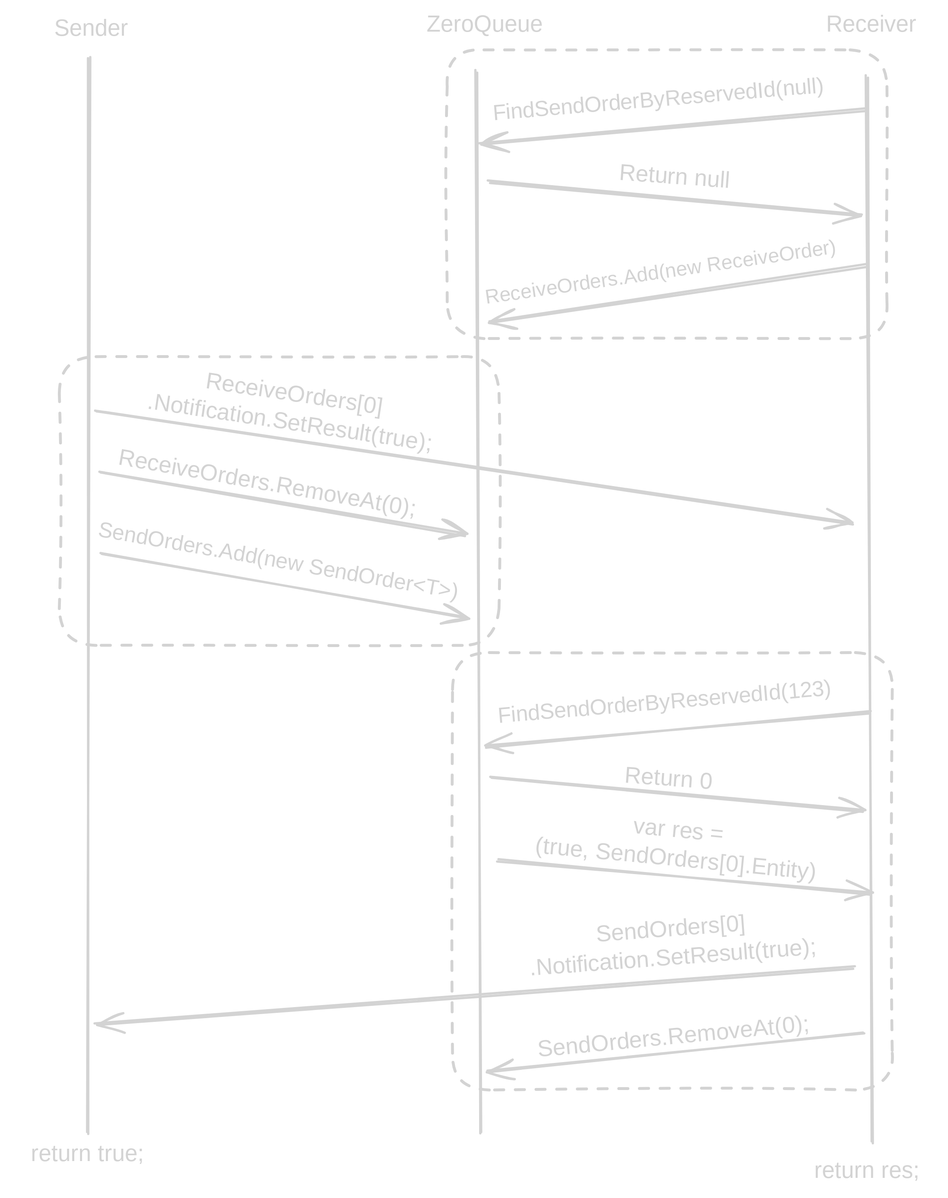
dfamonteiro/blog keeps this Excalidraw diagram as blog/static/images/perfect-handover/ReceiveSend.excalidraw.svg. Above is the earlier version. Source tidied: one line per element, renumbered; positions are measured from the earlier drawing's top-left corner, leaving out a move shared by most shapes. Its diagram source:
```json
{"id": 0, "type": "line", "strokeColor": "#1e1e1e", "strokeWidth": 2, "roughness": 1, "round": true, "x": 405, "y": 51, "width": 4, "height": 924, "points": [[0, 0], [4, 924]]}
{"id": 1, "type": "line", "strokeColor": "#1e1e1e", "strokeWidth": 2, "roughness": 1, "round": true, "x": 743, "y": 56, "width": 6, "height": 927, "points": [[0, 0], [6, 927]]}
{"id": 2, "type": "line", "strokeColor": "#1e1e1e", "strokeWidth": 2, "roughness": 1, "round": true, "x": 67, "y": 40, "width": 0, "height": 935, "points": [[0, 0], [0, 935]]}
{"id": 3, "type": "text", "text": "Receiver", "strokeColor": "#1e1e1e", "strokeWidth": 2, "roughness": 1, "fontSize": 20, "fontFamily": 8, "x": 708, "y": 0, "width": 88, "height": 25}
{"id": 4, "type": "text", "text": "Sender", "strokeColor": "#1e1e1e", "strokeWidth": 2, "roughness": 1, "fontSize": 20, "fontFamily": 8, "x": 37, "y": 4, "width": 66, "height": 25}
{"id": 5, "type": "text", "text": "ZeroQueue", "strokeColor": "#1e1e1e", "strokeWidth": 2, "roughness": 1, "fontSize": 20, "fontFamily": 8, "x": 361, "y": 0, "width": 99, "height": 25}
{"id": 6, "type": "rectangle", "strokeColor": "#1e1e1e", "strokeWidth": 2, "strokeStyle": "dashed", "roughness": 1, "round": true, "x": 379, "y": 33, "width": 383, "height": 251}
{"id": 7, "type": "text", "text": "FindSendOrderByReservedId(null)", "strokeColor": "#1e1e1e", "angle": 6.2, "strokeWidth": 2, "strokeStyle": "dashed", "roughness": 1, "fontSize": 19.03, "fontFamily": 8, "x": 418, "y": 64, "width": 338, "height": 24}
{"id": 8, "type": "arrow", "strokeColor": "#1e1e1e", "strokeWidth": 2, "roughness": 1, "endArrowhead": "arrow", "round": true, "from": 7, "x": 743, "y": 85, "width": 335, "height": 30, "points": [[0, 0], [-335, 30]]}
{"id": 9, "type": "arrow", "strokeColor": "#1e1e1e", "strokeWidth": 2, "roughness": 1, "endArrowhead": "arrow", "round": true, "x": 415, "y": 148, "width": 325, "height": 29, "points": [[0, 0], [325, 29]]}
{"id": 10, "type": "text", "text": "Return null", "strokeColor": "#1e1e1e", "angle": 0.07, "strokeWidth": 2, "strokeStyle": "dashed", "roughness": 1, "fontSize": 20, "fontFamily": 8, "x": 528, "y": 133, "width": 121, "height": 25}
{"id": 11, "type": "text", "text": "ReceiveOrders.Add(new ReceiveOrder)", "strokeColor": "#1e1e1e", "angle": 6.14, "strokeWidth": 2, "strokeStyle": "dashed", "roughness": 1, "fontSize": 17.39, "fontFamily": 8, "x": 410, "y": 215, "width": 335, "height": 22}
{"id": 12, "type": "arrow", "strokeColor": "#1e1e1e", "angle": 6.28, "strokeWidth": 2, "roughness": 1, "endArrowhead": "arrow", "round": true, "to": 11, "x": 744, "y": 221, "width": 329, "height": 48, "points": [[0, 0], [-329, 48]]}
{"id": 13, "type": "text", "text": "return true;", "strokeColor": "#1e1e1e", "strokeWidth": 2, "strokeStyle": "dashed", "roughness": 1, "fontSize": 20, "fontFamily": 8, "textAlign": "center", "x": 0, "y": 983, "width": 132, "height": 25}
{"id": 14, "type": "text", "text": "return res;", "strokeColor": "#1e1e1e", "strokeWidth": 2, "strokeStyle": "dashed", "roughness": 1, "fontSize": 20, "fontFamily": 8, "textAlign": "center", "x": 684, "y": 997, "width": 121, "height": 25}
{"id": 15, "type": "rectangle", "strokeColor": "#1e1e1e", "strokeWidth": 2, "strokeStyle": "dashed", "roughness": 1, "round": true, "x": 42, "y": 300, "width": 383, "height": 251}
{"id": 16, "type": "arrow", "strokeColor": "#1e1e1e", "angle": 6.28, "strokeWidth": 2, "roughness": 1, "endArrowhead": "arrow", "round": true, "x": 74, "y": 345, "width": 657, "height": 102, "points": [[0, 0], [657, 102]]}
{"id": 17, "type": "text", "text": "ReceiveOrders[0]\n.Notification.SetResult(true);", "strokeColor": "#1e1e1e", "angle": 0.15, "strokeWidth": 2, "strokeStyle": "dashed", "roughness": 1, "fontSize": 20, "fontFamily": 8, "textAlign": "center", "x": 79, "y": 321, "width": 330, "height": 50}
{"id": 18, "type": "arrow", "strokeColor": "#1e1e1e", "angle": 6.28, "strokeWidth": 2, "roughness": 1, "endArrowhead": "arrow", "round": true, "to": 15, "x": 77, "y": 399, "width": 319, "height": 58, "points": [[0, 0], [319, 58]]}
{"id": 19, "type": "text", "text": "ReceiveOrders.RemoveAt(0);", "strokeColor": "#1e1e1e", "angle": 0.17, "strokeWidth": 2, "strokeStyle": "dashed", "roughness": 1, "fontSize": 20, "fontFamily": 8, "x": 91, "y": 401, "width": 286, "height": 25}
{"id": 20, "type": "text", "text": "SendOrders.Add(new SendOrder<T>)", "strokeColor": "#1e1e1e", "angle": 0.17, "strokeWidth": 2, "strokeStyle": "dashed", "roughness": 1, "fontSize": 18.83, "fontFamily": 8, "x": 73, "y": 468, "width": 331, "height": 24}
{"id": 21, "type": "arrow", "strokeColor": "#1e1e1e", "angle": 6.28, "strokeWidth": 2, "roughness": 1, "endArrowhead": "arrow", "round": true, "x": 78, "y": 470, "width": 319, "height": 58, "points": [[0, 0], [319, 58]]}
{"id": 22, "type": "rectangle", "strokeColor": "#1e1e1e", "strokeWidth": 2, "strokeStyle": "dashed", "roughness": 1, "round": true, "x": 384, "y": 558, "width": 383, "height": 380}
{"id": 23, "type": "text", "text": "FindSendOrderByReservedId(123)", "strokeColor": "#1e1e1e", "angle": 6.2, "strokeWidth": 2, "strokeStyle": "dashed", "roughness": 1, "fontSize": 19.03, "fontFamily": 8, "x": 423, "y": 588, "width": 338, "height": 24}
{"id": 24, "type": "arrow", "strokeColor": "#1e1e1e", "strokeWidth": 2, "roughness": 1, "endArrowhead": "arrow", "round": true, "from": 23, "x": 747, "y": 609, "width": 335, "height": 30, "points": [[0, 0], [-335, 30]]}
{"id": 25, "type": "arrow", "strokeColor": "#1e1e1e", "strokeWidth": 2, "roughness": 1, "endArrowhead": "arrow", "round": true, "x": 417, "y": 666, "width": 325, "height": 29, "points": [[0, 0], [325, 29]]}
{"id": 26, "type": "text", "text": "Return 0", "strokeColor": "#1e1e1e", "angle": 0.07, "strokeWidth": 2, "strokeStyle": "dashed", "roughness": 1, "fontSize": 20, "fontFamily": 8, "x": 533, "y": 656, "width": 88, "height": 25}
{"id": 27, "type": "text", "text": "var res =\n(true, SendOrders[0].Entity)", "strokeColor": "#1e1e1e", "angle": 0.1, "strokeWidth": 2, "strokeStyle": "dashed", "roughness": 1, "fontSize": 20, "fontFamily": 8, "textAlign": "center", "x": 425, "y": 701, "width": 308, "height": 50}
{"id": 28, "type": "arrow", "strokeColor": "#1e1e1e", "strokeWidth": 2, "roughness": 1, "endArrowhead": "arrow", "round": true, "x": 423, "y": 738, "width": 325, "height": 29, "points": [[0, 0], [325, 29]]}
{"id": 29, "type": "text", "text": "SendOrders[0]\n.Notification.SetResult(true);", "strokeColor": "#1e1e1e", "angle": 6.21, "strokeWidth": 2, "strokeStyle": "dashed", "roughness": 1, "fontSize": 20, "fontFamily": 8, "textAlign": "center", "x": 409, "y": 787, "width": 330, "height": 50}
{"id": 30, "type": "arrow", "strokeColor": "#1e1e1e", "strokeWidth": 2, "roughness": 1, "endArrowhead": "arrow", "round": true, "from": 29, "x": 734, "y": 831, "width": 660, "height": 49, "points": [[0, 0], [-660, 49]]}
{"id": 31, "type": "arrow", "strokeColor": "#1e1e1e", "strokeWidth": 2, "roughness": 1, "endArrowhead": "arrow", "round": true, "from": 22, "to": 22, "x": 741, "y": 888, "width": 328, "height": 34, "points": [[0, 0], [-328, 34]]}
{"id": 32, "type": "text", "text": "SendOrders.RemoveAt(0);", "strokeColor": "#1e1e1e", "angle": 6.19, "strokeWidth": 2, "strokeStyle": "dashed", "roughness": 1, "fontSize": 20, "fontFamily": 8, "x": 457, "y": 880, "width": 253, "height": 25}
```
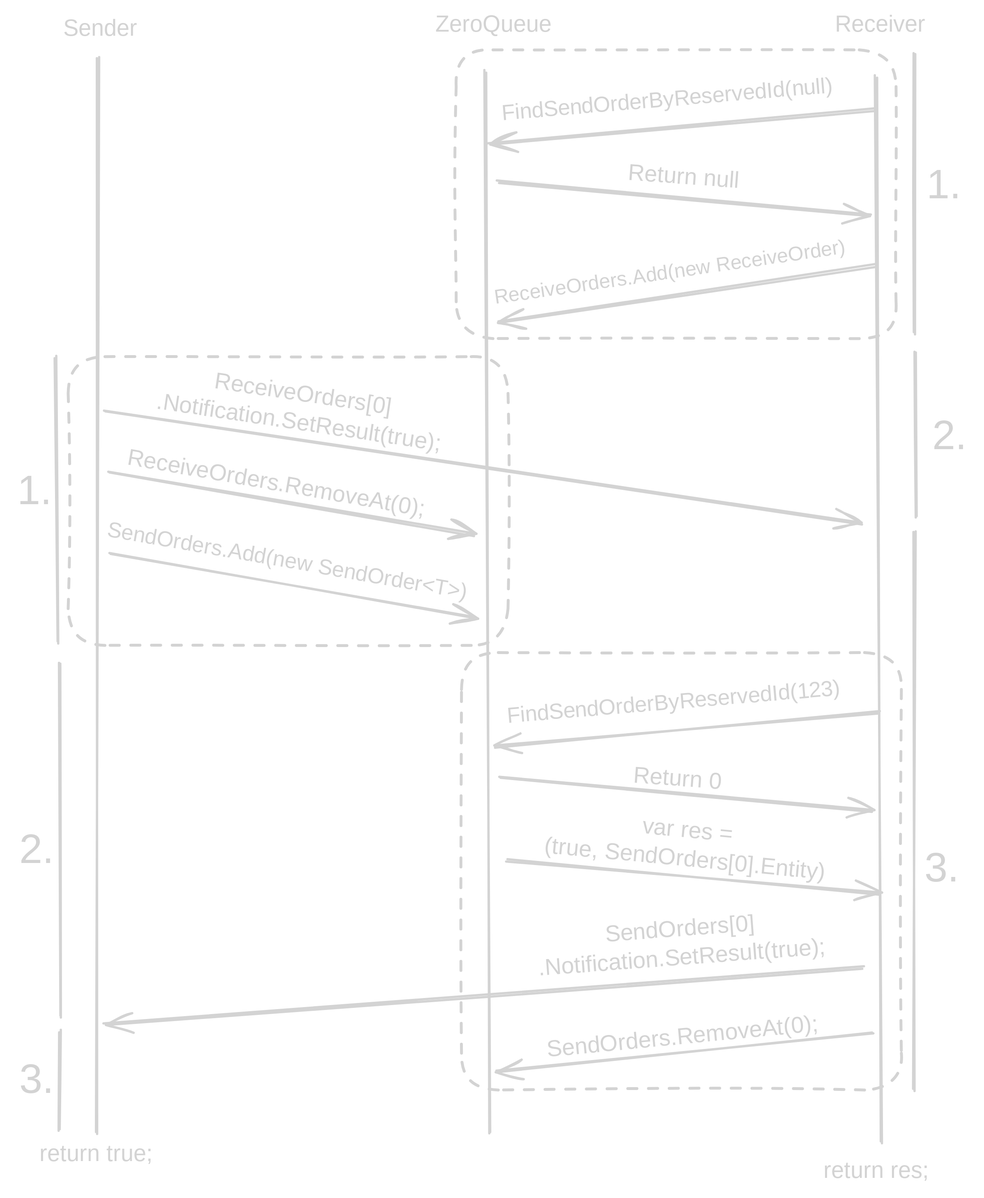
After the commit.

Change to the diagram source:
```diff
@@ -31,3 +31,16 @@
 {"id": 30, "type": "arrow", "strokeColor": "#1e1e1e", "strokeWidth": 2, "roughness": 1, "endArrowhead": "arrow", "round": true, "from": 29, "x": 734, "y": 831, "width": 660, "height": 49, "points": [[0, 0], [-660, 49]]}
 {"id": 31, "type": "arrow", "strokeColor": "#1e1e1e", "strokeWidth": 2, "roughness": 1, "endArrowhead": "arrow", "round": true, "from": 22, "to": 22, "x": 741, "y": 888, "width": 328, "height": 34, "points": [[0, 0], [-328, 34]]}
 {"id": 32, "type": "text", "text": "SendOrders.RemoveAt(0);", "strokeColor": "#1e1e1e", "angle": 6.19, "strokeWidth": 2, "strokeStyle": "dashed", "roughness": 1, "fontSize": 20, "fontFamily": 8, "x": 457, "y": 880, "width": 253, "height": 25}
+{"id": 33, "type": "text", "text": "1.", "strokeColor": "#1e1e1e", "strokeWidth": 2, "roughness": 1, "fontSize": 36, "fontFamily": 8, "textAlign": "center", "x": -8, "y": 397, "width": 40, "height": 45}
+{"id": 34, "type": "text", "strokeColor": "#1e1e1e", "strokeWidth": 2, "roughness": 1, "fontSize": 36, "fontFamily": 8, "textAlign": "center", "x": 781, "y": 111, "width": 20, "height": 45}
+{"id": 35, "type": "text", "text": "1.", "strokeColor": "#1e1e1e", "strokeWidth": 2, "roughness": 1, "fontSize": 36, "fontFamily": 8, "textAlign": "center", "x": 783, "y": 131, "width": 40, "height": 45}
+{"id": 36, "type": "text", "text": "2.", "strokeColor": "#1e1e1e", "strokeWidth": 2, "roughness": 1, "fontSize": 36, "fontFamily": 8, "textAlign": "center", "x": 788, "y": 349, "width": 40, "height": 45}
+{"id": 37, "type": "text", "text": "2.", "strokeColor": "#1e1e1e", "strokeWidth": 2, "roughness": 1, "fontSize": 36, "fontFamily": 8, "textAlign": "center", "x": -6, "y": 709, "width": 40, "height": 45}
+{"id": 38, "type": "text", "text": "3.", "strokeColor": "#1e1e1e", "strokeWidth": 2, "roughness": 1, "fontSize": 36, "fontFamily": 8, "textAlign": "center", "x": 781, "y": 725, "width": 40, "height": 45}
+{"id": 39, "type": "text", "text": "3.", "strokeColor": "#1e1e1e", "strokeWidth": 2, "roughness": 1, "fontSize": 36, "fontFamily": 8, "textAlign": "center", "x": -6, "y": 909, "width": 40, "height": 45}
+{"id": 40, "type": "line", "strokeColor": "#1e1e1e", "strokeWidth": 2, "roughness": 1, "round": true, "x": 778, "y": 37, "width": 0, "height": 244, "points": [[0, 0], [0, 244]]}
+{"id": 41, "type": "line", "strokeColor": "#1e1e1e", "strokeWidth": 2, "roughness": 1, "round": true, "x": 778, "y": 296, "width": 1, "height": 144, "points": [[0, 0], [1, 144]]}
+{"id": 42, "type": "line", "strokeColor": "#1e1e1e", "strokeWidth": 2, "roughness": 1, "round": true, "x": 777, "y": 452, "width": 1, "height": 487, "points": [[0, 0], [1, 487]]}
+{"id": 43, "type": "line", "strokeColor": "#1e1e1e", "strokeWidth": 2, "roughness": 1, "round": true, "x": 31, "y": 301, "width": 1, "height": 249, "points": [[0, 0], [1, 249]]}
+{"id": 44, "type": "line", "strokeColor": "#1e1e1e", "strokeWidth": 2, "roughness": 1, "round": true, "x": 34, "y": 567, "width": 0, "height": 308, "points": [[0, 0], [0, 308]]}
+{"id": 45, "type": "line", "strokeColor": "#1e1e1e", "strokeWidth": 2, "roughness": 1, "round": true, "x": 35, "y": 887, "width": 1, "height": 86, "points": [[0, 0], [-1, 86]]}
```
